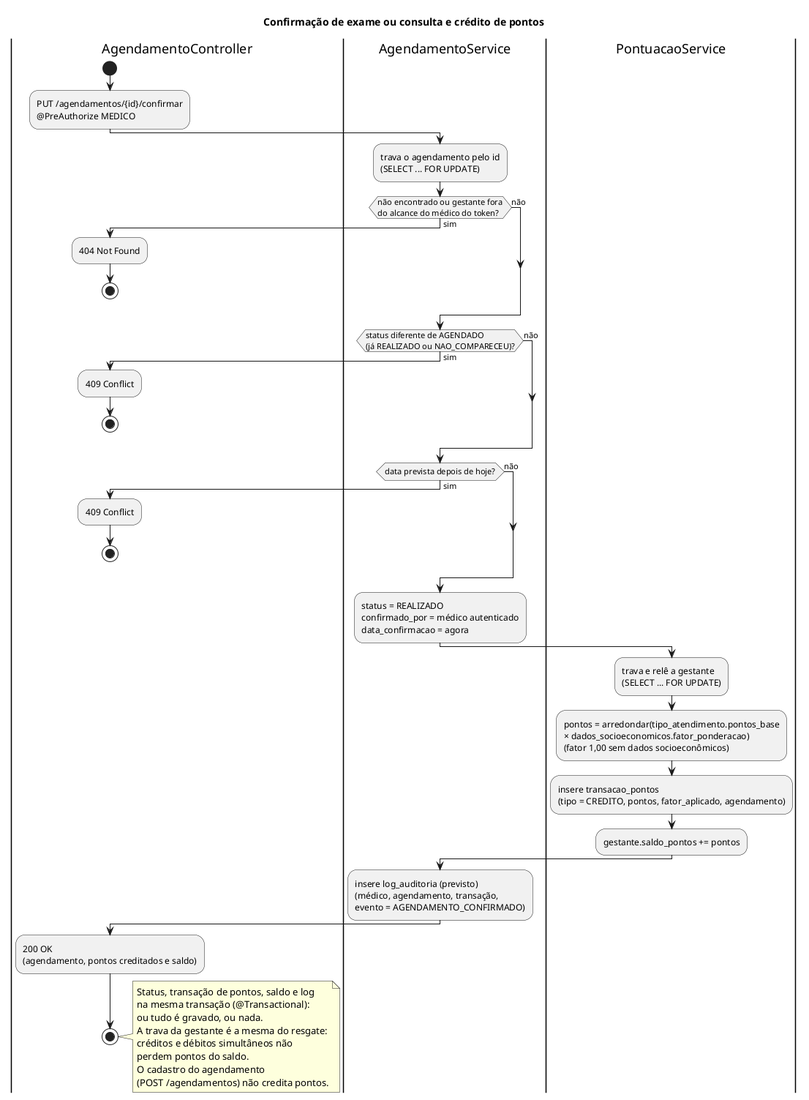
This is docs/implementation-diagrams/confirmacao-pontos/confirmacao-pontos.png from CozyShelf/previna-backend, a PlantUML export, as it was before one commit. Its diagram source:
```plantuml
@startuml confirmacao-pontos
title Confirmação de exame ou consulta e crédito de pontos

|AgendamentoController|
start
:PUT /agendamentos/{id}/confirmar
@PreAuthorize MEDICO;

|AgendamentoService|
:trava o agendamento pelo id
(SELECT ... FOR UPDATE);
if (não encontrado ou gestante fora
do alcance do médico do token?) then (sim)
  |AgendamentoController|
  :404 Not Found;
  stop
else (não)
endif

|AgendamentoService|
if (status diferente de AGENDADO
(já REALIZADO ou NAO_COMPARECEU)?) then (sim)
  |AgendamentoController|
  :409 Conflict;
  stop
else (não)
endif

|AgendamentoService|
if (data prevista depois de hoje?) then (sim)
  |AgendamentoController|
  :409 Conflict;
  stop
else (não)
endif

|AgendamentoService|
:status = REALIZADO
confirmado_por = médico autenticado
data_confirmacao = agora;

|PontuacaoService|
:trava e relê a gestante
(SELECT ... FOR UPDATE);
:pontos = arredondar(tipo_atendimento.pontos_base
× dados_socioeconomicos.fator_ponderacao)
(fator 1,00 sem dados socioeconômicos);
:insere transacao_pontos
(tipo = CREDITO, pontos, fator_aplicado, agendamento);
:gestante.saldo_pontos += pontos;

|AgendamentoService|
:insere log_auditoria (previsto)
(médico, agendamento, transação,
evento = AGENDAMENTO_CONFIRMADO);

|AgendamentoController|
:200 OK
(agendamento, pontos creditados e saldo);
stop

note right
  Status, transação de pontos, saldo e log
  na mesma transação (@Transactional):
  ou tudo é gravado, ou nada.
  A trava da gestante é a mesma do resgate:
  créditos e débitos simultâneos não
  perdem pontos do saldo.
  O cadastro do agendamento
  (POST /agendamentos) não credita pontos.
end note

@enduml
```
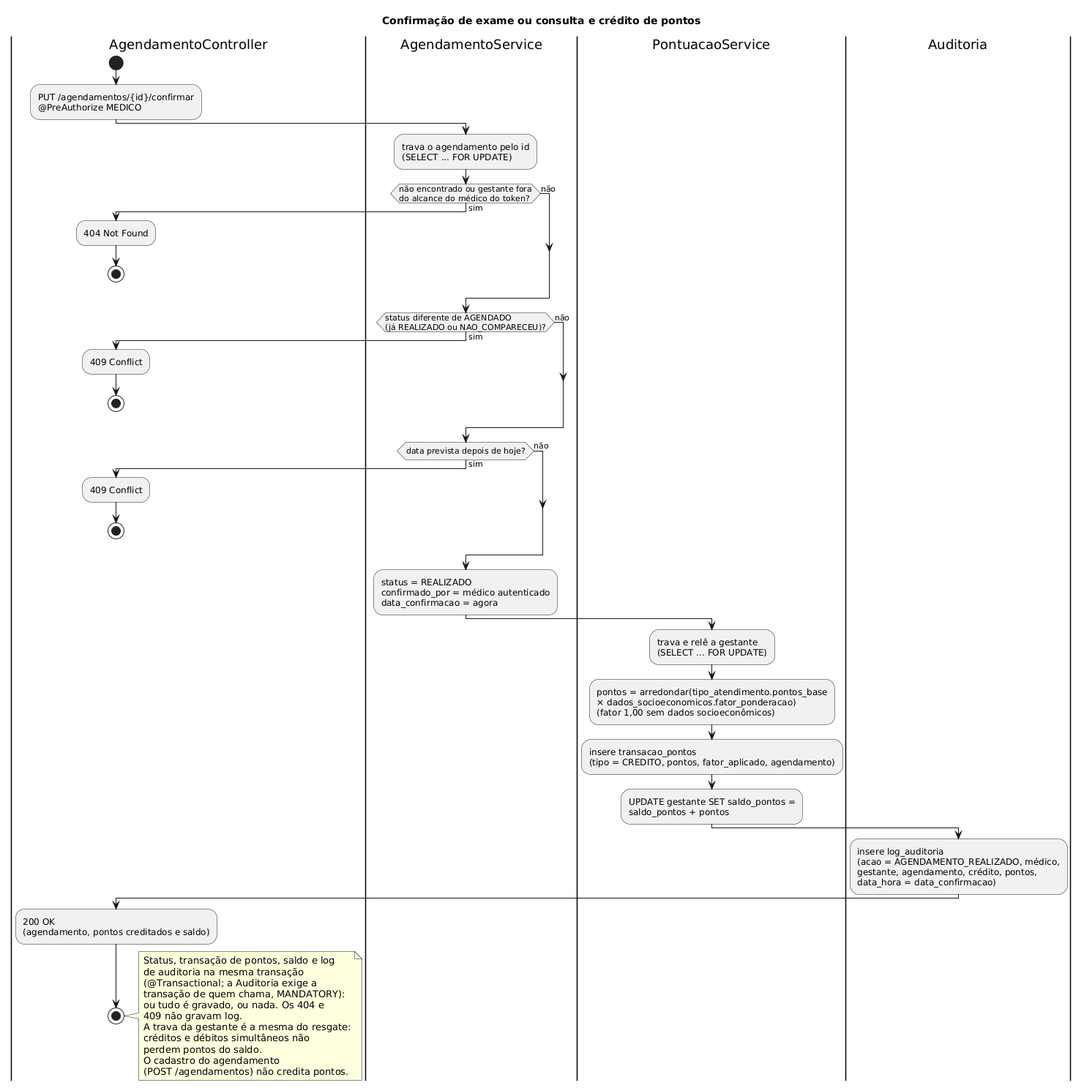
The same diagram one commit later.

The edit, as a diff of the source:
```diff
@@ -47,12 +47,14 @@
 (fator 1,00 sem dados socioeconômicos);
 :insere transacao_pontos
 (tipo = CREDITO, pontos, fator_aplicado, agendamento);
-:gestante.saldo_pontos += pontos;
+:UPDATE gestante SET saldo_pontos =
+saldo_pontos + pontos;
 
-|AgendamentoService|
-:insere log_auditoria (previsto)
-(médico, agendamento, transação,
-evento = AGENDAMENTO_CONFIRMADO);
+|Auditoria|
+:insere log_auditoria
+(acao = AGENDAMENTO_REALIZADO, médico,
+gestante, agendamento, crédito, pontos,
+data_hora = data_confirmacao);
 
 |AgendamentoController|
 :200 OK
@@ -61,8 +63,11 @@
 
 note right
   Status, transação de pontos, saldo e log
-  na mesma transação (@Transactional):
-  ou tudo é gravado, ou nada.
+  de auditoria na mesma transação
+  (@Transactional; a Auditoria exige a
+  transação de quem chama, MANDATORY):
+  ou tudo é gravado, ou nada. Os 404 e
+  409 não gravam log.
   A trava da gestante é a mesma do resgate:
   créditos e débitos simultâneos não
   perdem pontos do saldo.
```
